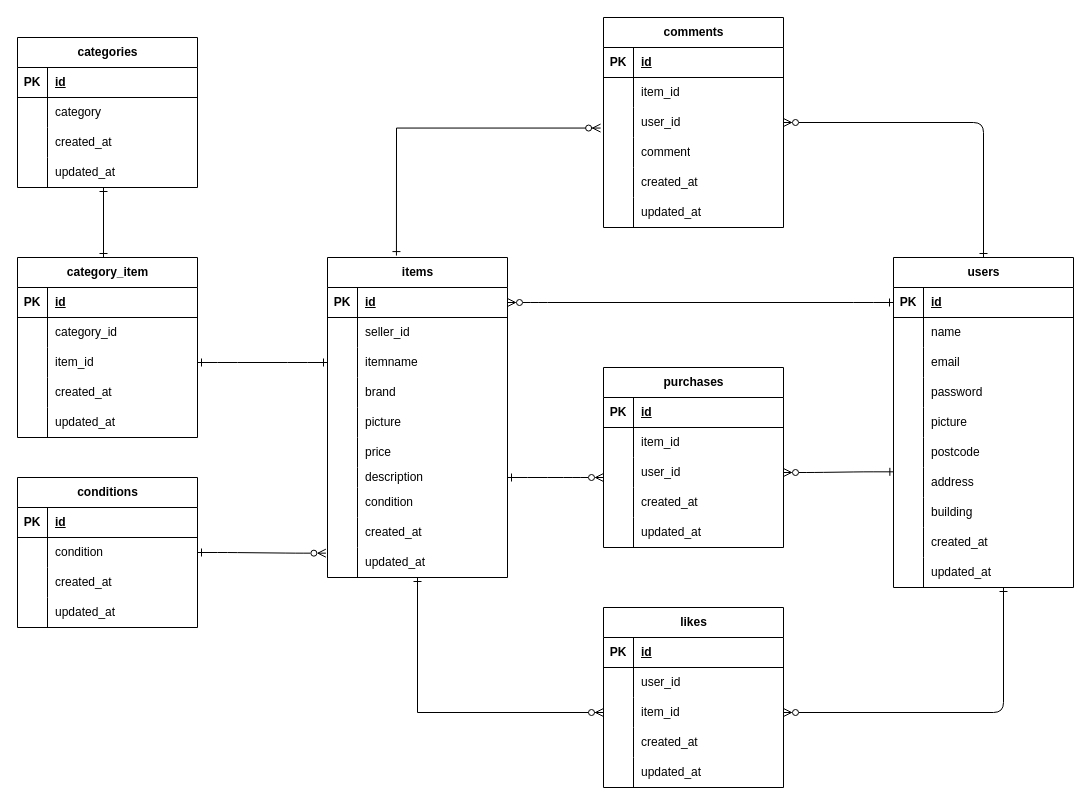
yminamo5-code/mogi1_furima keeps this draw.io diagram as src/hurima.drawio. Above is the earlier version. Source tidied: cells renumbered, new cells numbered last; positions are measured from the earlier drawing's top-left corner, leaving out a move shared by most shapes. Both pictures are drawn from the tidied source at 100%, with x=0, y=0 at pixel (17, 17).
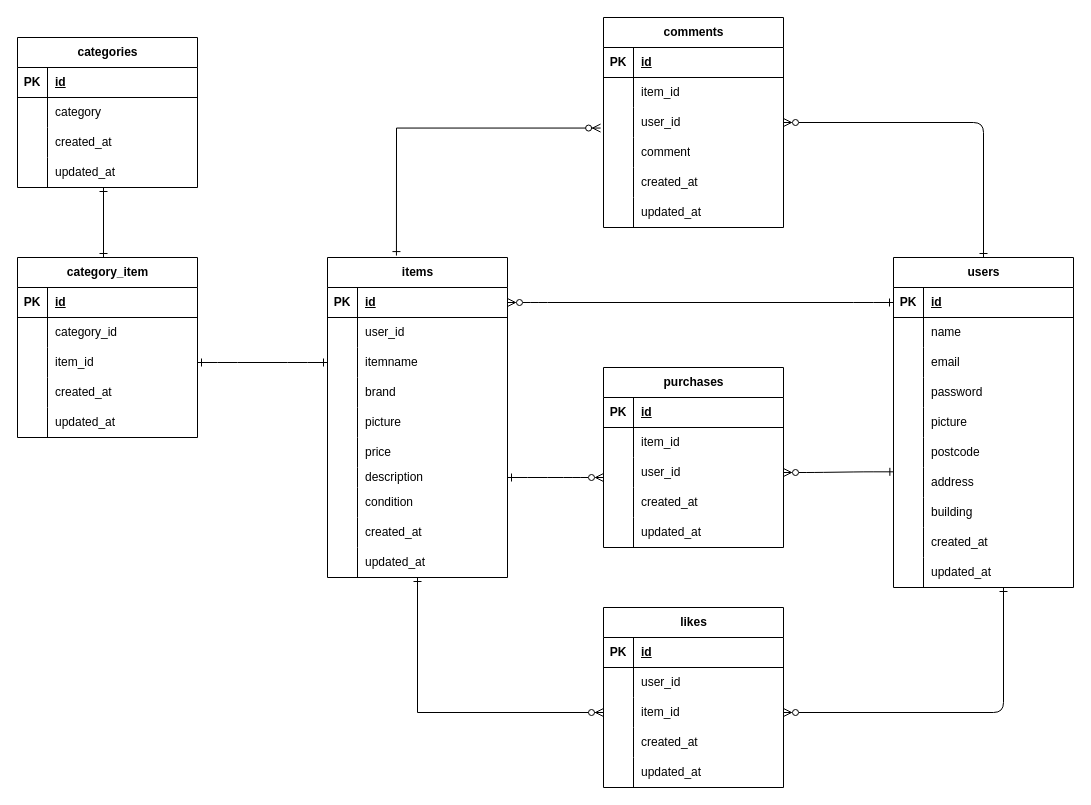
The same page after the edit.

The change refers to these unchanged cells:
```xml
<mxCell id="37" style="shape=tableRow;horizontal=0;startSize=0;swimlaneHead=0;swimlaneBody=0;fillColor=none;top=0;left=0;right=0;bottom=0;" parent="33" vertex="1">
  <mxGeometry y="60" width="180" height="30" as="geometry" />
</mxCell>
<mxCell id="61" style="shape=tableRow;horizontal=0;startSize=0;swimlaneHead=0;swimlaneBody=0;fillColor=none;points=[[0,0.5],[1,0.5]];portConstraint=eastwest;top=0;left=0;right=0;bottom=0;" parent="33" vertex="1">
  <mxGeometry y="290" width="180" height="30" as="geometry" />
</mxCell>
```

The edit, as a diff of the source:
```diff
@@
-    <mxCell id="39" value="&lt;span style=&quot;color: rgb(0, 0, 0);&quot;&gt;seller_id&lt;/span&gt;" style="shape=partialRectangle;fillColor=none;top=0;left=0;bottom=0;right=0;align=left;spacingLeft=6;overflow=hidden;whiteSpace=wrap;html=1;" parent="37" vertex="1">
+    <mxCell id="39" value="&lt;span style=&quot;color: rgb(0, 0, 0);&quot;&gt;user_id&lt;/span&gt;" style="shape=partialRectangle;fillColor=none;top=0;left=0;bottom=0;right=0;align=left;spacingLeft=6;overflow=hidden;whiteSpace=wrap;html=1;" parent="37" vertex="1">
       <mxGeometry x="30" width="150" height="30" as="geometry" />
     </mxCell>
@@
-    <mxCell id="93" value="conditions" style="shape=table;startSize=30;childLayout=tableLayout;rowLines=0;fontStyle=1;align=center;html=1;" parent="1" vertex="1">
-      <mxGeometry y="460" width="180" height="150" as="geometry" />
-    </mxCell>
-    <mxCell id="94" style="shape=tableRow;horizontal=0;startSize=0;swimlaneHead=0;swimlaneBody=0;fillColor=none;top=0;left=0;right=0;bottom=1;" parent="93" vertex="1">
-      <mxGeometry y="30" width="180" height="30" as="geometry" />
-    </mxCell>
-    <mxCell id="95" value="PK" style="shape=partialRectangle;fillColor=none;top=0;left=0;bottom=0;right=0;fontStyle=1;overflow=hidden;whiteSpace=wrap;html=1;" parent="94" vertex="1">
-      <mxGeometry width="30" height="30" as="geometry" />
-    </mxCell>
-    <mxCell id="96" value="id" style="shape=partialRectangle;fillColor=none;top=0;left=0;bottom=0;right=0;align=left;spacingLeft=6;fontStyle=5;overflow=hidden;whiteSpace=wrap;html=1;" parent="94" vertex="1">
-      <mxGeometry x="30" width="150" height="30" as="geometry" />
-    </mxCell>
-    <mxCell id="97" style="shape=tableRow;horizontal=0;startSize=0;swimlaneHead=0;swimlaneBody=0;fillColor=none;points=[[0,0.5],[1,0.5]];portConstraint=eastwest;top=0;left=0;right=0;bottom=0;" parent="93" vertex="1">
-      <mxGeometry y="60" width="180" height="30" as="geometry" />
-    </mxCell>
-    <mxCell id="98" style="shape=partialRectangle;fillColor=none;top=0;left=0;bottom=0;right=0;overflow=hidden;whiteSpace=wrap;html=1;" parent="97" vertex="1">
-      <mxGeometry width="30" height="30" as="geometry" />
-    </mxCell>
-    <mxCell id="99" value="condition" style="shape=partialRectangle;fillColor=none;top=0;left=0;bottom=0;right=0;align=left;spacingLeft=6;overflow=hidden;whiteSpace=wrap;html=1;" parent="97" vertex="1">
-      <mxGeometry x="30" width="150" height="30" as="geometry" />
-    </mxCell>
-    <mxCell id="100" style="shape=tableRow;horizontal=0;startSize=0;swimlaneHead=0;swimlaneBody=0;fillColor=none;top=0;left=0;right=0;bottom=0;" parent="93" vertex="1">
-      <mxGeometry y="90" width="180" height="30" as="geometry" />
-    </mxCell>
-    <mxCell id="101" style="shape=partialRectangle;fillColor=none;top=0;left=0;bottom=0;right=0;overflow=hidden;whiteSpace=wrap;html=1;" parent="100" vertex="1">
-      <mxGeometry width="30" height="30" as="geometry" />
-    </mxCell>
-    <mxCell id="102" value="&lt;span style=&quot;color: rgb(0, 0, 0);&quot;&gt;created_at&lt;/span&gt;" style="shape=partialRectangle;fillColor=none;top=0;left=0;bottom=0;right=0;align=left;spacingLeft=6;overflow=hidden;whiteSpace=wrap;html=1;" parent="100" vertex="1">
-      <mxGeometry x="30" width="150" height="30" as="geometry" />
-    </mxCell>
-    <mxCell id="103" style="shape=tableRow;horizontal=0;startSize=0;swimlaneHead=0;swimlaneBody=0;fillColor=none;top=0;left=0;right=0;bottom=0;" parent="93" vertex="1">
-      <mxGeometry y="120" width="180" height="30" as="geometry" />
-    </mxCell>
-    <mxCell id="104" style="shape=partialRectangle;fillColor=none;top=0;left=0;bottom=0;right=0;overflow=hidden;whiteSpace=wrap;html=1;" parent="103" vertex="1">
-      <mxGeometry width="30" height="30" as="geometry" />
-    </mxCell>
-    <mxCell id="105" value="&lt;span style=&quot;color: rgb(0, 0, 0);&quot;&gt;updated_at&lt;/span&gt;" style="shape=partialRectangle;fillColor=none;top=0;left=0;bottom=0;right=0;align=left;spacingLeft=6;overflow=hidden;whiteSpace=wrap;html=1;" parent="103" vertex="1">
-      <mxGeometry x="30" width="150" height="30" as="geometry" />
-    </mxCell>
@@
-    <mxCell id="158" style="edgeStyle=entityRelationEdgeStyle;fontSize=12;html=1;endArrow=ERzeroToMany;exitX=1;exitY=0.5;exitDx=0;exitDy=0;endFill=0;startArrow=ERone;startFill=0;entryX=-0.009;entryY=0.189;entryDx=0;entryDy=0;entryPerimeter=0;" parent="1" edge="1" source="97" target="61">
-      <mxGeometry relative="1" as="geometry" />
-    </mxCell>
```
